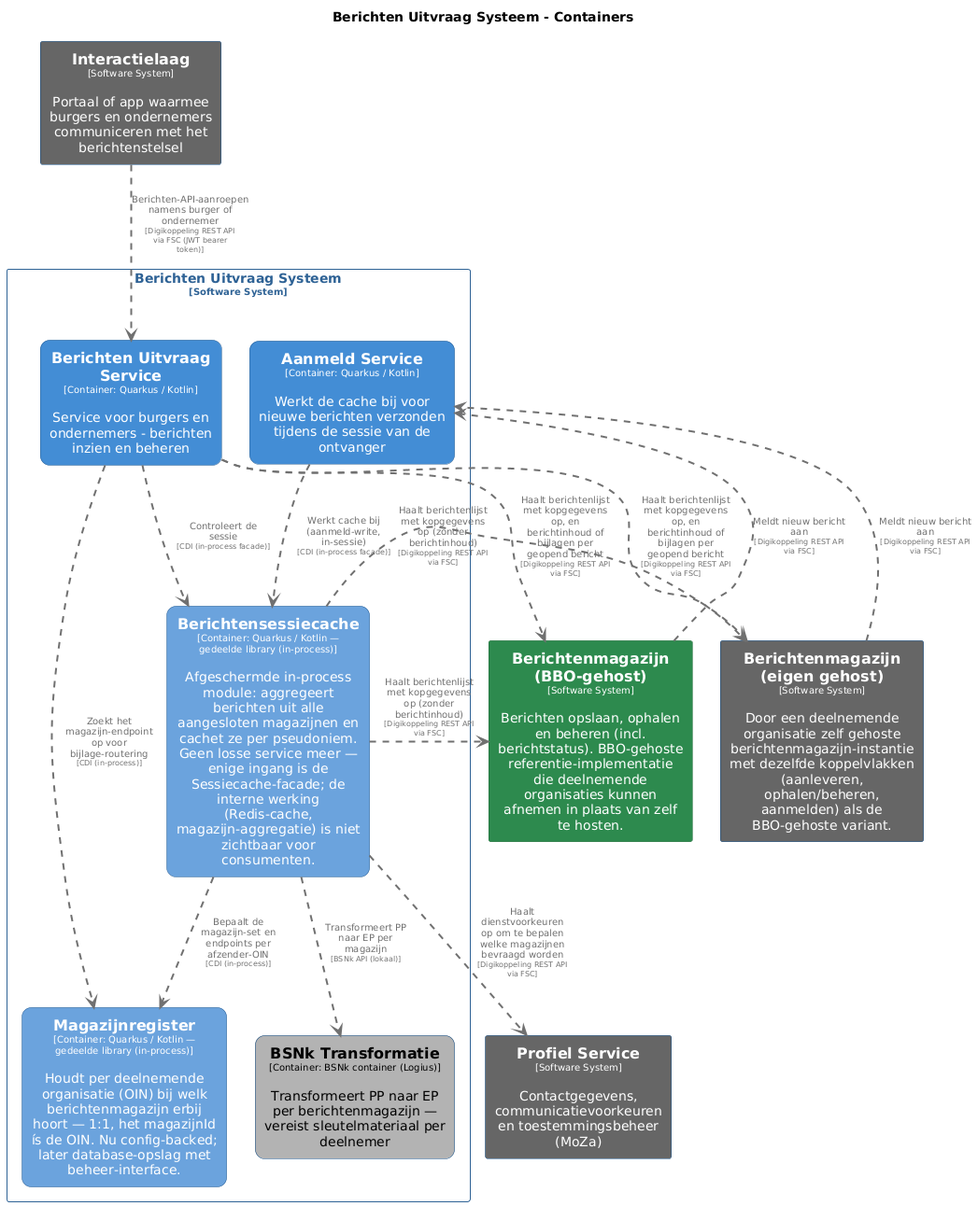
Before: pr-preview/pr-422/master/png/BerichtenUitvraagSysteemContainers.png, a diagram exported from PlantUML (MinBZK/moza-poc-fbs-berichtenbox). The source it was exported from:
```plantuml
@startuml
set separator none
title Berichten Uitvraag Systeem - Containers

top to bottom direction
skinparam ranksep 60
skinparam nodesep 30

skinparam {
  arrowFontSize 10
  defaultTextAlignment center
  wrapWidth 200
  maxMessageSize 100
}

hide stereotype

skinparam rectangle<<BerichtenUitvraagSysteem.AanmeldService>> {
  BackgroundColor #438dd5
  FontColor #ffffff
  BorderColor #2e6295
  roundCorner 20
  shadowing false
}
skinparam rectangle<<BerichtenUitvraagSysteem.BSNkTransformatie>> {
  BackgroundColor #b3b3b3
  FontColor #000000
  BorderColor #0b4884
  roundCorner 20
  shadowing false
}
skinparam rectangle<<BerichtenUitvraagSysteem.BerichtenUitvraagService>> {
  BackgroundColor #438dd5
  FontColor #ffffff
  BorderColor #2e6295
  roundCorner 20
  shadowing false
}
skinparam rectangle<<BerichtenmagazijnBBOgehost>> {
  BackgroundColor #2d8a4e
  FontColor #ffffff
  BorderColor #1e6b38
  shadowing false
}
skinparam rectangle<<Berichtenmagazijneigengehost>> {
  BackgroundColor #666666
  FontColor #ffffff
  BorderColor #0b4884
  shadowing false
}
skinparam rectangle<<BerichtenUitvraagSysteem.Berichtensessiecache>> {
  BackgroundColor #6ba3dd
  FontColor #ffffff
  BorderColor #2e6295
  roundCorner 20
  shadowing false
}
skinparam rectangle<<Interactielaag>> {
  BackgroundColor #666666
  FontColor #ffffff
  BorderColor #0b4884
  shadowing false
}
skinparam rectangle<<BerichtenUitvraagSysteem.Magazijnregister>> {
  BackgroundColor #6ba3dd
  FontColor #ffffff
  BorderColor #2e6295
  roundCorner 20
  shadowing false
}
skinparam rectangle<<ProfielService>> {
  BackgroundColor #666666
  FontColor #ffffff
  BorderColor #0b4884
  shadowing false
}
skinparam rectangle<<BerichtenUitvraagSysteem>> {
  BorderColor #2e6295
  FontColor #2e6295
  shadowing false
}

rectangle "==Profiel Service\n<size:10>[Software System]</size>\n\nContactgegevens, communicatievoorkeuren en toestemmingsbeheer (MoZa)" <<ProfielService>> as ProfielService
rectangle "==Interactielaag\n<size:10>[Software System]</size>\n\nPortaal of app waarmee burgers en ondernemers communiceren met het berichtenstelsel" <<Interactielaag>> as Interactielaag
rectangle "==Berichtenmagazijn (eigen gehost)\n<size:10>[Software System]</size>\n\nDoor een deelnemende organisatie zelf gehoste berichtenmagazijn-instantie met dezelfde koppelvlakken (aanleveren, ophalen/beheren, aanmelden) als de BBO-gehoste variant." <<Berichtenmagazijneigengehost>> as Berichtenmagazijneigengehost
rectangle "==Berichtenmagazijn (BBO-gehost)\n<size:10>[Software System]</size>\n\nBerichten opslaan, ophalen en beheren (incl. berichtstatus). BBO-gehoste referentie-implementatie die deelnemende organisaties kunnen afnemen in plaats van zelf te hosten." <<BerichtenmagazijnBBOgehost>> as BerichtenmagazijnBBOgehost

rectangle "Berichten Uitvraag Systeem\n<size:10>[Software System]</size>" <<BerichtenUitvraagSysteem>> {
  rectangle "==Berichtensessiecache\n<size:10>[Container: Quarkus / Kotlin — gedeelde library (in-process)]</size>\n\nAfgeschermde in-process module: aggregeert berichten uit alle aangesloten magazijnen en cachet ze per pseudoniem. Geen losse service meer — enige ingang is de Sessiecache-facade; de interne werking (Redis-cache, magazijn-aggregatie) is niet zichtbaar voor consumenten." <<BerichtenUitvraagSysteem.Berichtensessiecache>> as BerichtenUitvraagSysteem.Berichtensessiecache
  rectangle "==Berichten Uitvraag Service\n<size:10>[Container: Quarkus / Kotlin]</size>\n\nService voor burgers en ondernemers - berichten inzien en beheren" <<BerichtenUitvraagSysteem.BerichtenUitvraagService>> as BerichtenUitvraagSysteem.BerichtenUitvraagService
  rectangle "==BSNk Transformatie\n<size:10>[Container: BSNk container (Logius)]</size>\n\nTransformeert PP naar EP per berichtenmagazijn — vereist sleutelmateriaal per deelnemer" <<BerichtenUitvraagSysteem.BSNkTransformatie>> as BerichtenUitvraagSysteem.BSNkTransformatie
  rectangle "==Aanmeld Service\n<size:10>[Container: Quarkus / Kotlin]</size>\n\nWerkt de cache bij voor nieuwe berichten verzonden tijdens de sessie van de ontvanger" <<BerichtenUitvraagSysteem.AanmeldService>> as BerichtenUitvraagSysteem.AanmeldService
  rectangle "==Magazijnregister\n<size:10>[Container: Quarkus / Kotlin — gedeelde library (in-process)]</size>\n\nHoudt per deelnemende organisatie (OIN) bij welk berichtenmagazijn erbij hoort — 1:1, het magazijnId ís de OIN. Nu config-backed; later database-opslag met beheer-interface." <<BerichtenUitvraagSysteem.Magazijnregister>> as BerichtenUitvraagSysteem.Magazijnregister
}

BerichtenUitvraagSysteem.Berichtensessiecache .[#707070,thickness=2].> BerichtenUitvraagSysteem.Magazijnregister : "<color:#707070>Bepaalt de magazijn-set en endpoints per afzender-OIN\n<color:#707070><size:8>[CDI (in-process)]</size>"
BerichtenUitvraagSysteem.BerichtenUitvraagService .[#707070,thickness=2].> BerichtenUitvraagSysteem.Magazijnregister : "<color:#707070>Zoekt het magazijn-endpoint op voor bijlage-routering\n<color:#707070><size:8>[CDI (in-process)]</size>"
Interactielaag .[#707070,thickness=2].> BerichtenUitvraagSysteem.BerichtenUitvraagService : "<color:#707070>Berichten-API-aanroepen namens burger of ondernemer\n<color:#707070><size:8>[Digikoppeling REST API via FSC (JWT bearer token)]</size>"
BerichtenUitvraagSysteem.BerichtenUitvraagService .[#707070,thickness=2].> BerichtenmagazijnBBOgehost : "<color:#707070>Haalt berichtenlijst met kopgegevens op, en berichtinhoud of bijlagen per geopend bericht\n<color:#707070><size:8>[Digikoppeling REST API via FSC]</size>"
BerichtenmagazijnBBOgehost .[#707070,thickness=2].> BerichtenUitvraagSysteem.AanmeldService : "<color:#707070>Meldt nieuw bericht aan\n<color:#707070><size:8>[Digikoppeling REST API via FSC]</size>"
BerichtenUitvraagSysteem.BerichtenUitvraagService .[#707070,thickness=2].> Berichtenmagazijneigengehost : "<color:#707070>Haalt berichtenlijst met kopgegevens op, en berichtinhoud of bijlagen per geopend bericht\n<color:#707070><size:8>[Digikoppeling REST API via FSC]</size>"
BerichtenUitvraagSysteem.Berichtensessiecache .[#707070,thickness=2].> Berichtenmagazijneigengehost : "<color:#707070>Haalt berichtenlijst met kopgegevens op (zonder berichtinhoud)\n<color:#707070><size:8>[Digikoppeling REST API via FSC]</size>"
Berichtenmagazijneigengehost .[#707070,thickness=2].> BerichtenUitvraagSysteem.AanmeldService : "<color:#707070>Meldt nieuw bericht aan\n<color:#707070><size:8>[Digikoppeling REST API via FSC]</size>"
BerichtenUitvraagSysteem.Berichtensessiecache .[#707070,thickness=2].> ProfielService : "<color:#707070>Haalt dienstvoorkeuren op om te bepalen welke magazijnen bevraagd worden\n<color:#707070><size:8>[Digikoppeling REST API via FSC]</size>"
BerichtenUitvraagSysteem.Berichtensessiecache .[#707070,thickness=2].> BerichtenmagazijnBBOgehost : "<color:#707070>Haalt berichtenlijst met kopgegevens op (zonder berichtinhoud)\n<color:#707070><size:8>[Digikoppeling REST API via FSC]</size>"
BerichtenUitvraagSysteem.Berichtensessiecache .[#707070,thickness=2].> BerichtenUitvraagSysteem.BSNkTransformatie : "<color:#707070>Transformeert PP naar EP per magazijn\n<color:#707070><size:8>[BSNk API (lokaal)]</size>"
BerichtenUitvraagSysteem.AanmeldService .[#707070,thickness=2].> BerichtenUitvraagSysteem.Berichtensessiecache : "<color:#707070>Werkt cache bij (aanmeld-write, in-sessie)\n<color:#707070><size:8>[CDI (in-process facade)]</size>"
BerichtenUitvraagSysteem.BerichtenUitvraagService .[#707070,thickness=2].> BerichtenUitvraagSysteem.Berichtensessiecache : "<color:#707070>Controleert de sessie\n<color:#707070><size:8>[CDI (in-process facade)]</size>"
@enduml
```
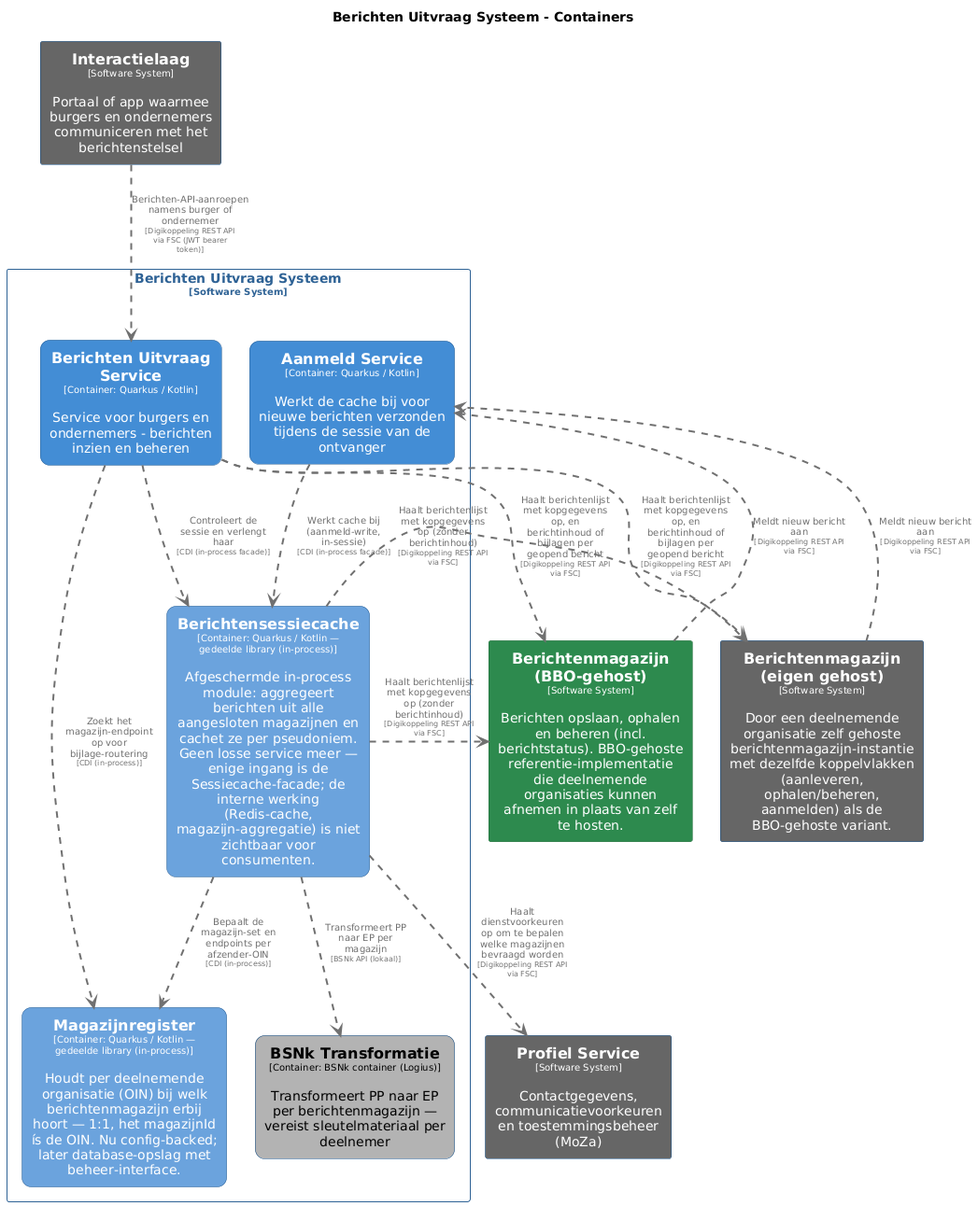
The same file after the commit.

What changed in the source:
```diff
@@ -93,6 +93,7 @@
   rectangle "==Magazijnregister\n<size:10>[Container: Quarkus / Kotlin — gedeelde library (in-process)]</size>\n\nHoudt per deelnemende organisatie (OIN) bij welk berichtenmagazijn erbij hoort — 1:1, het magazijnId ís de OIN. Nu config-backed; later database-opslag met beheer-interface." <<BerichtenUitvraagSysteem.Magazijnregister>> as BerichtenUitvraagSysteem.Magazijnregister
 }
 
+BerichtenUitvraagSysteem.BerichtenUitvraagService .[#707070,thickness=2].> BerichtenUitvraagSysteem.Berichtensessiecache : "<color:#707070>Controleert de sessie en verlengt haar\n<color:#707070><size:8>[CDI (in-process facade)]</size>"
 BerichtenUitvraagSysteem.Berichtensessiecache .[#707070,thickness=2].> BerichtenUitvraagSysteem.Magazijnregister : "<color:#707070>Bepaalt de magazijn-set en endpoints per afzender-OIN\n<color:#707070><size:8>[CDI (in-process)]</size>"
 BerichtenUitvraagSysteem.BerichtenUitvraagService .[#707070,thickness=2].> BerichtenUitvraagSysteem.Magazijnregister : "<color:#707070>Zoekt het magazijn-endpoint op voor bijlage-routering\n<color:#707070><size:8>[CDI (in-process)]</size>"
 Interactielaag .[#707070,thickness=2].> BerichtenUitvraagSysteem.BerichtenUitvraagService : "<color:#707070>Berichten-API-aanroepen namens burger of ondernemer\n<color:#707070><size:8>[Digikoppeling REST API via FSC (JWT bearer token)]</size>"
@@ -105,5 +106,4 @@
 BerichtenUitvraagSysteem.Berichtensessiecache .[#707070,thickness=2].> BerichtenmagazijnBBOgehost : "<color:#707070>Haalt berichtenlijst met kopgegevens op (zonder berichtinhoud)\n<color:#707070><size:8>[Digikoppeling REST API via FSC]</size>"
 BerichtenUitvraagSysteem.Berichtensessiecache .[#707070,thickness=2].> BerichtenUitvraagSysteem.BSNkTransformatie : "<color:#707070>Transformeert PP naar EP per magazijn\n<color:#707070><size:8>[BSNk API (lokaal)]</size>"
 BerichtenUitvraagSysteem.AanmeldService .[#707070,thickness=2].> BerichtenUitvraagSysteem.Berichtensessiecache : "<color:#707070>Werkt cache bij (aanmeld-write, in-sessie)\n<color:#707070><size:8>[CDI (in-process facade)]</size>"
-BerichtenUitvraagSysteem.BerichtenUitvraagService .[#707070,thickness=2].> BerichtenUitvraagSysteem.Berichtensessiecache : "<color:#707070>Controleert de sessie\n<color:#707070><size:8>[CDI (in-process facade)]</size>"
 @enduml
```
